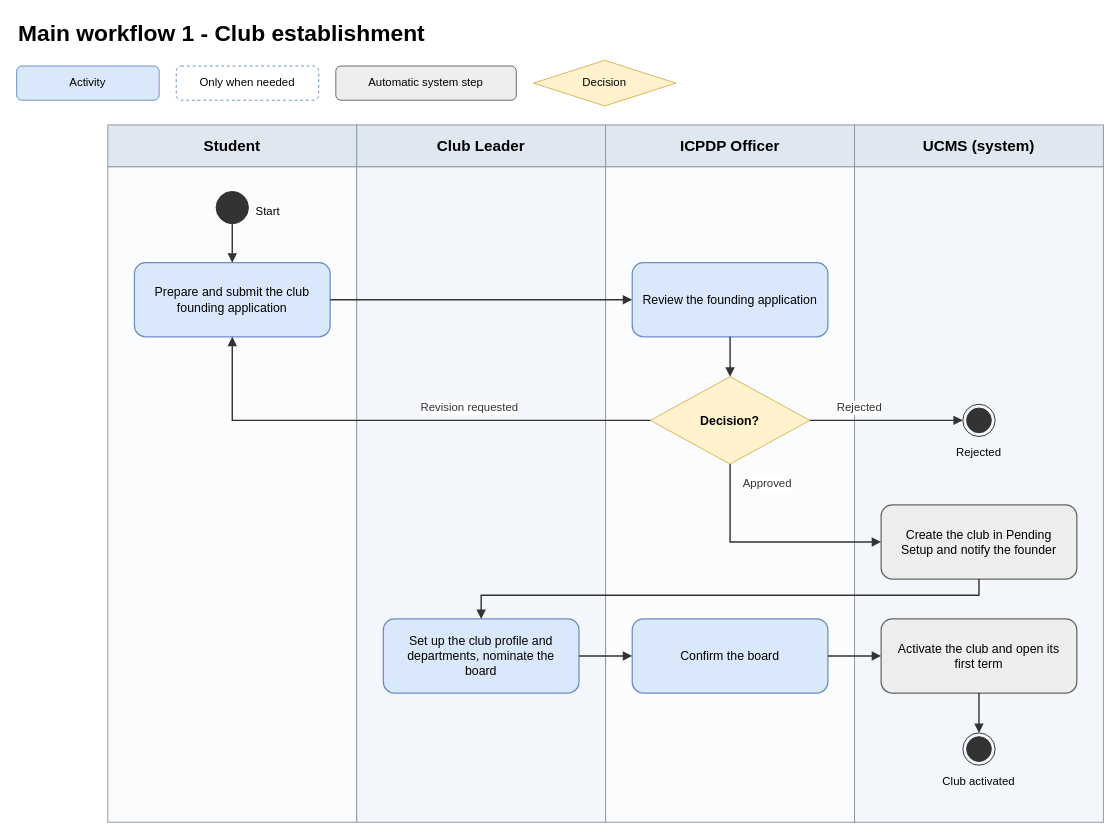
This is page "01 Club establishment" (1 of 7) of docs/03-diagrams/UCMS_Main_Workflow.drawio from nvdekay/ClubManagementSystem, a draw.io file, before an edit. Source tidied: cells renumbered, new cells numbered last; positions are measured from the earlier drawing's top-left corner, leaving out a move shared by most shapes. Both pictures are drawn from the tidied source at 95%, with x=0, y=0 at pixel (16, 16).
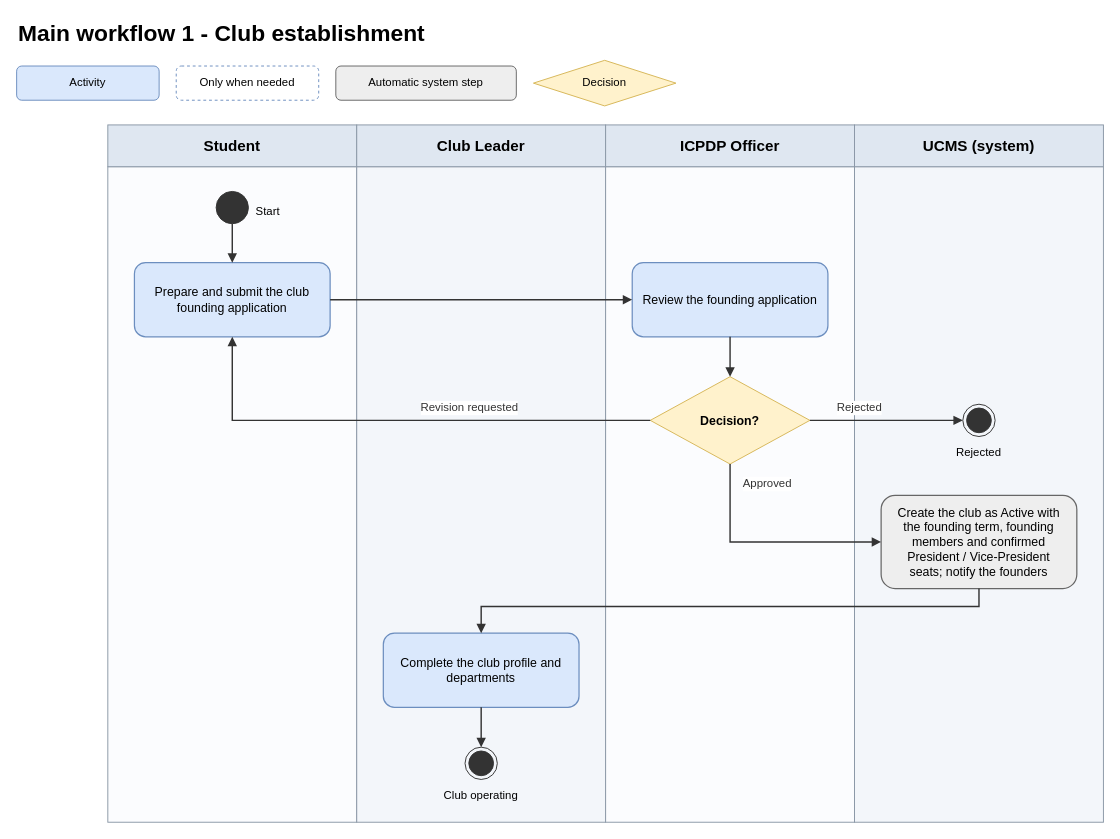
After the change.

The edit, as a diff of the source:
```diff
@@
-    <mxCell id="22" value="Create the club in Pending Setup and notify the founder" style="rounded=1;whiteSpace=wrap;html=1;fillColor=#eeeeee;strokeColor=#666666;fontSize=13;strokeWidth=1.3;spacing=10;" parent="1" vertex="1">
-      <mxGeometry x="910" y="514" width="206" height="78" as="geometry" />
+    <mxCell id="22" value="Create the club as Active with the founding term, founding members and confirmed President / Vice-President seats; notify the founders" style="rounded=1;whiteSpace=wrap;html=1;fillColor=#eeeeee;strokeColor=#666666;fontSize=13;strokeWidth=1.3;spacing=10;" parent="1" vertex="1">
+      <mxGeometry x="910" y="504" width="206" height="98" as="geometry" />
     </mxCell>
-    <mxCell id="23" value="Set up the club profile and departments, nominate the board" style="rounded=1;whiteSpace=wrap;html=1;fillColor=#dae8fc;strokeColor=#6c8ebf;fontSize=13;strokeWidth=1.3;spacing=10;" parent="1" vertex="1">
-      <mxGeometry x="386" y="634" width="206" height="78" as="geometry" />
+    <mxCell id="23" value="Complete the club profile and departments" style="rounded=1;whiteSpace=wrap;html=1;fillColor=#dae8fc;strokeColor=#6c8ebf;fontSize=13;strokeWidth=1.3;spacing=10;" parent="1" vertex="1">
+      <mxGeometry x="386" y="649" width="206" height="78" as="geometry" />
     </mxCell>
-    <mxCell id="24" value="Confirm the board" style="rounded=1;whiteSpace=wrap;html=1;fillColor=#dae8fc;strokeColor=#6c8ebf;fontSize=13;strokeWidth=1.3;spacing=10;" parent="1" vertex="1">
-      <mxGeometry x="648" y="634" width="206" height="78" as="geometry" />
-    </mxCell>
-    <mxCell id="25" value="Activate the club and open its first term" style="rounded=1;whiteSpace=wrap;html=1;fillColor=#eeeeee;strokeColor=#666666;fontSize=13;strokeWidth=1.3;spacing=10;" parent="1" vertex="1">
-      <mxGeometry x="910" y="634" width="206" height="78" as="geometry" />
-    </mxCell>
     <mxCell id="26" style="ellipse;html=1;shape=endState;fillColor=#333333;strokeColor=#333333;" parent="1" vertex="1">
-      <mxGeometry x="996" y="754" width="34" height="34" as="geometry" />
+      <mxGeometry x="472" y="769" width="34" height="34" as="geometry" />
     </mxCell>
-    <mxCell id="27" value="Club activated" style="text;html=1;whiteSpace=wrap;align=center;fontSize=12;" parent="1" vertex="1">
-      <mxGeometry x="943" y="791" width="140" height="18" as="geometry" />
+    <mxCell id="27" value="Club operating" style="text;html=1;whiteSpace=wrap;align=center;fontSize=12;" parent="1" vertex="1">
+      <mxGeometry x="419" y="806" width="140" height="18" as="geometry" />
     </mxCell>
@@
     <mxCell id="37" style="endArrow=block;endFill=1;html=1;rounded=0;strokeColor=#333333;strokeWidth=1.5;exitX=0.5;exitY=1;entryX=0.5;entryY=0;" parent="1" edge="1" source="22" target="23">
       <mxGeometry relative="1" as="geometry">
         <Array as="points">
-          <mxPoint x="1013" y="609" />
-          <mxPoint x="489" y="609" />
+          <mxPoint x="1013" y="621" />
+          <mxPoint x="489" y="621" />
         </Array>
       </mxGeometry>
     </mxCell>
-    <mxCell id="38" style="endArrow=block;endFill=1;html=1;rounded=0;strokeColor=#333333;strokeWidth=1.5;exitX=1;exitY=0.5;entryX=0;entryY=0.5;" parent="1" edge="1" source="23" target="24">
+    <mxCell id="38" style="endArrow=block;endFill=1;html=1;rounded=0;strokeColor=#333333;strokeWidth=1.5;exitX=0.5;exitY=1;entryX=0.5;entryY=0;" parent="1" edge="1" source="23" target="26">
       <mxGeometry relative="1" as="geometry" />
     </mxCell>
-    <mxCell id="39" style="endArrow=block;endFill=1;html=1;rounded=0;strokeColor=#333333;strokeWidth=1.5;exitX=1;exitY=0.5;entryX=0;entryY=0.5;" parent="1" edge="1" source="24" target="25">
-      <mxGeometry relative="1" as="geometry" />
-    </mxCell>
-    <mxCell id="40" style="endArrow=block;endFill=1;html=1;rounded=0;strokeColor=#333333;strokeWidth=1.5;exitX=0.5;exitY=1;entryX=0.5;entryY=0;" parent="1" edge="1" source="25" target="26">
-      <mxGeometry relative="1" as="geometry" />
-    </mxCell>
```
